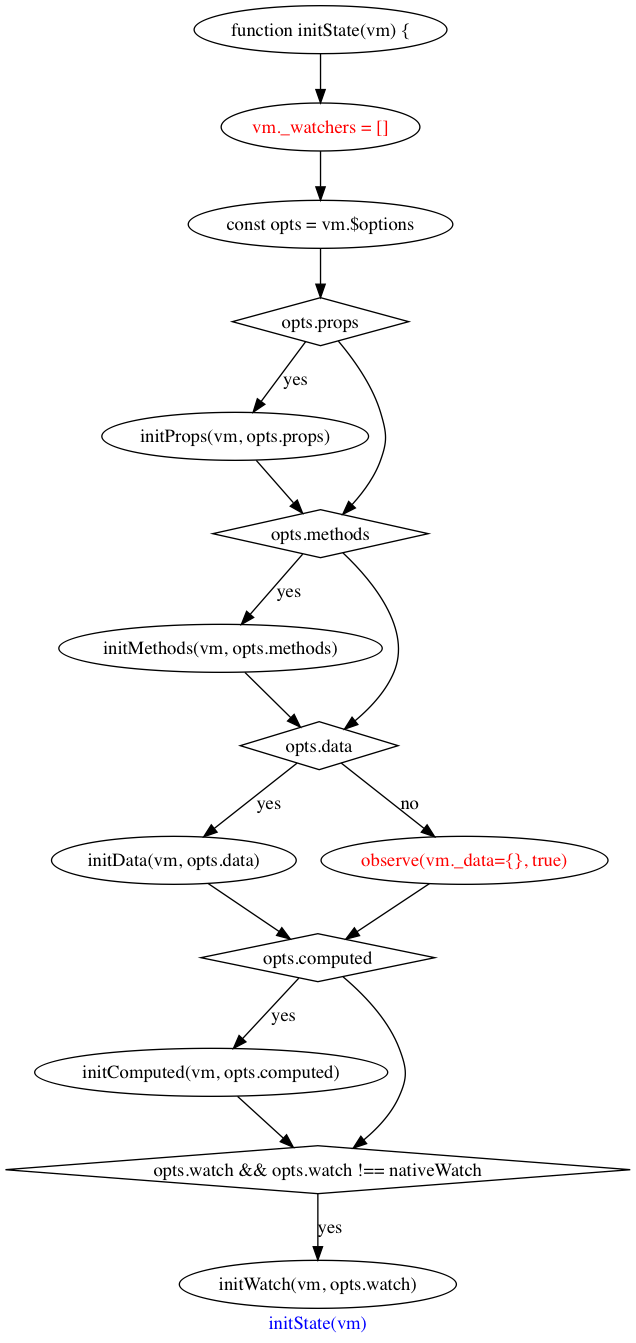
Earlier version of the Graphviz export initState.png (ltaoo/vueSourceAnalysis). Its source is kept beside it as initState.gv.
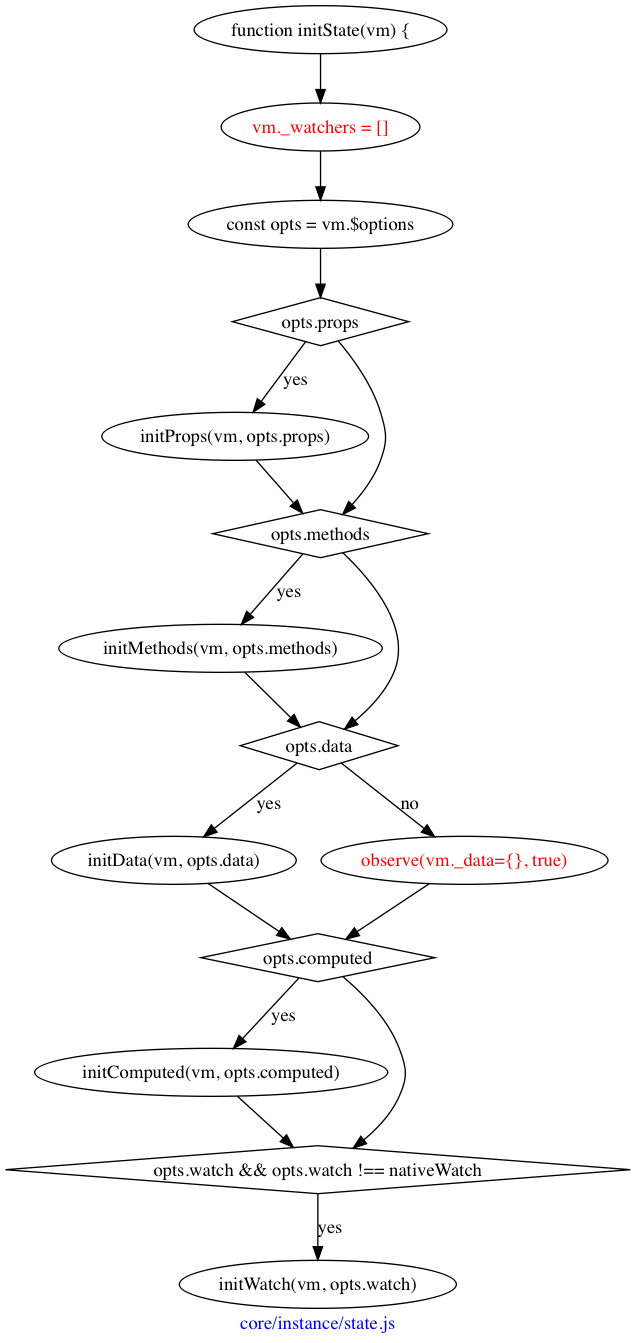
After the change.

Change to the diagram source:
```diff
@@ -1,6 +1,6 @@
 digraph G {
     graph [
-        label="initState(vm)"
+        label="core/instance/state.js"
         fontcolor=blue
     ]
     start [
```
